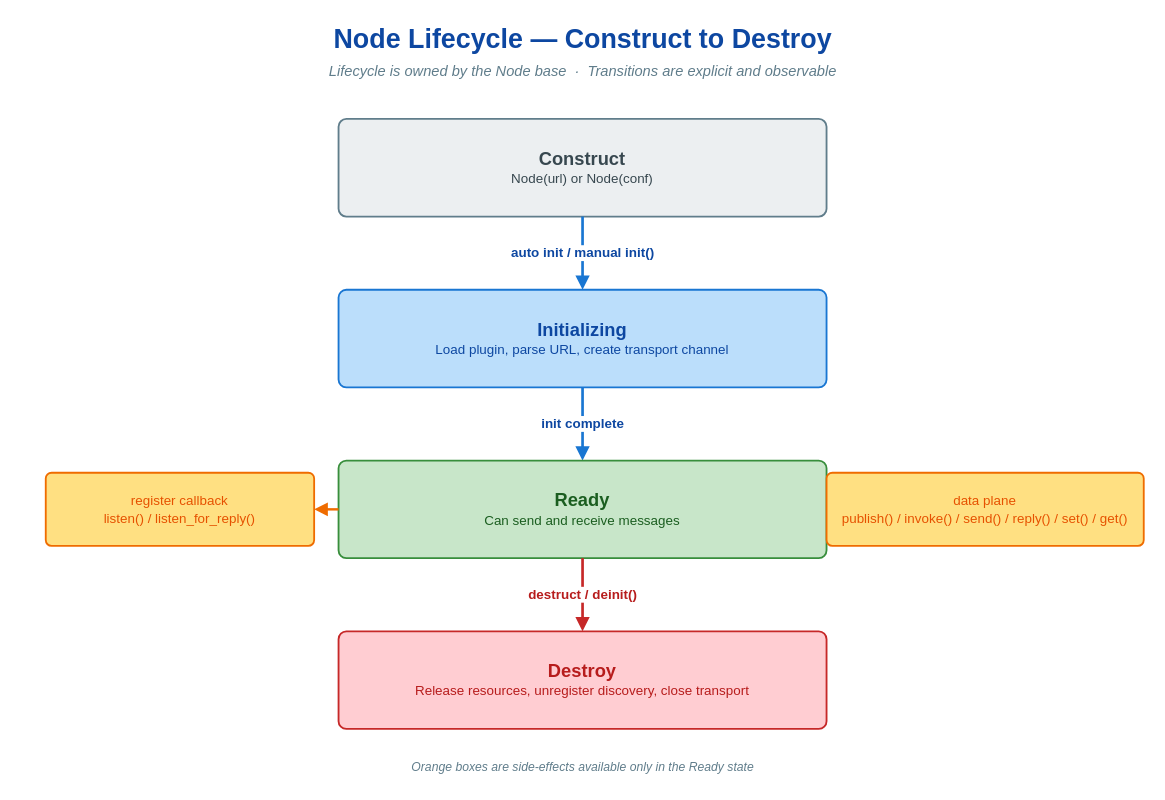
Before: doc/images/node-lifecycle.drawio in thun-res/vlink, a draw.io diagram. Source tidied: cells renumbered, new cells numbered last; positions are measured from the earlier drawing's top-left corner, leaving out a move shared by most shapes. Both pictures are drawn from the tidied source at 122%, with x=0, y=0 at pixel (21, 21).
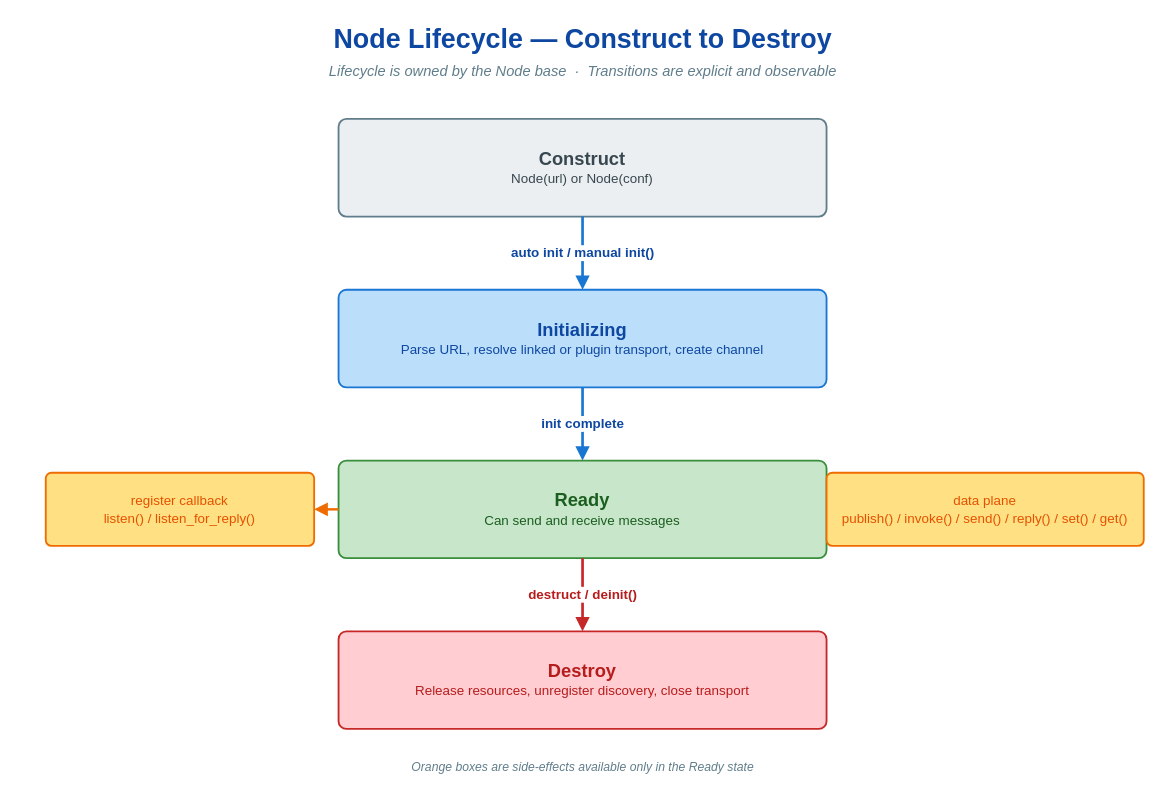
After the change.

What changed in the source:
```diff
@@
 <mxGraphModel>
   <root>
     <mxCell id="0" />
     <mxCell id="1" parent="0" />
     <mxCell id="2" value="Node Lifecycle — Construct to Destroy" style="text;html=1;align=center;verticalAlign=middle;strokeColor=none;fillColor=none;fontFamily=Helvetica;fontSize=22;fontStyle=1;fontColor=#0d47a1;shadow=0;" parent="1" vertex="1">
       <mxGeometry width="920" height="30" as="geometry" />
     </mxCell>
     <mxCell id="3" value="Lifecycle is owned by the Node base  ·  Transitions are explicit and observable" style="text;html=1;align=center;verticalAlign=middle;strokeColor=none;fillColor=none;fontFamily=Helvetica;fontSize=12;fontStyle=2;fontColor=#607d8b;shadow=0;" parent="1" vertex="1">
       <mxGeometry y="30" width="920" height="22" as="geometry" />
     </mxCell>
     <mxCell id="4" value="&lt;b style=&quot;font-size:15px&quot;&gt;Construct&lt;/b&gt;&#10;&lt;span style=&quot;font-size:11px&quot;&gt;Node(url) or Node(conf)&lt;/span&gt;" style="rounded=1;whiteSpace=wrap;html=1;fillColor=#eceff1;strokeColor=#607d8b;strokeWidth=1.5;fontFamily=Helvetica;fontSize=12;fontColor=#37474f;shadow=0;arcSize=8;verticalAlign=middle;align=center;" parent="1" vertex="1">
       <mxGeometry x="260" y="80" width="400" height="80" as="geometry" />
     </mxCell>
     <mxCell id="5" value="auto init / manual init()" style="endArrow=block;endFill=1;html=1;rounded=1;strokeWidth=2.2;strokeColor=#1976d2;fontFamily=Helvetica;fontSize=11;fontStyle=1;fontColor=#0d47a1;labelBackgroundColor=#ffffff;shadow=0;exitX=0.5;exitY=1;exitDx=0;exitDy=0;entryX=0.5;entryY=0;entryDx=0;entryDy=0;" parent="1" edge="1" source="4" target="6">
       <mxGeometry relative="1" as="geometry" />
     </mxCell>
-    <mxCell id="6" value="&lt;b style=&quot;font-size:15px&quot;&gt;Initializing&lt;/b&gt;&#10;&lt;span style=&quot;font-size:11px&quot;&gt;Load plugin, parse URL, create transport channel&lt;/span&gt;" style="rounded=1;whiteSpace=wrap;html=1;fillColor=#bbdefb;strokeColor=#1976d2;strokeWidth=1.5;fontFamily=Helvetica;fontSize=12;fontColor=#0d47a1;shadow=0;arcSize=8;verticalAlign=middle;align=center;" parent="1" vertex="1">
+    <mxCell id="6" value="&lt;b style=&quot;font-size:15px&quot;&gt;Initializing&lt;/b&gt;&#10;&lt;span style=&quot;font-size:11px&quot;&gt;Parse URL, resolve linked or plugin transport, create channel&lt;/span&gt;" style="rounded=1;whiteSpace=wrap;html=1;fillColor=#bbdefb;strokeColor=#1976d2;strokeWidth=1.5;fontFamily=Helvetica;fontSize=12;fontColor=#0d47a1;shadow=0;arcSize=8;verticalAlign=middle;align=center;" parent="1" vertex="1">
       <mxGeometry x="260" y="220" width="400" height="80" as="geometry" />
     </mxCell>
     <mxCell id="7" value="init complete" style="endArrow=block;endFill=1;html=1;rounded=1;strokeWidth=2.2;strokeColor=#1976d2;fontFamily=Helvetica;fontSize=11;fontStyle=1;fontColor=#0d47a1;labelBackgroundColor=#ffffff;shadow=0;exitX=0.5;exitY=1;exitDx=0;exitDy=0;entryX=0.5;entryY=0;entryDx=0;entryDy=0;" parent="1" edge="1" source="6" target="8">
       <mxGeometry relative="1" as="geometry" />
     </mxCell>
     <mxCell id="8" value="&lt;b style=&quot;font-size:15px&quot;&gt;Ready&lt;/b&gt;&#10;&lt;span style=&quot;font-size:11px&quot;&gt;Can send and receive messages&lt;/span&gt;" style="rounded=1;whiteSpace=wrap;html=1;fillColor=#c8e6c9;strokeColor=#388e3c;strokeWidth=1.5;fontFamily=Helvetica;fontSize=12;fontColor=#1b5e20;shadow=0;arcSize=8;verticalAlign=middle;align=center;" parent="1" vertex="1">
       <mxGeometry x="260" y="360" width="400" height="80" as="geometry" />
     </mxCell>
     <mxCell id="9" value="&lt;span style=&quot;font-size:11px&quot;&gt;register callback&lt;br/&gt;listen() / listen_for_reply()&lt;/span&gt;" style="rounded=1;whiteSpace=wrap;html=1;fillColor=#ffe082;strokeColor=#ef6c00;strokeWidth=1.5;fontFamily=Helvetica;fontSize=12;fontColor=#e65100;shadow=0;arcSize=8;verticalAlign=middle;align=center;" parent="1" vertex="1">
       <mxGeometry x="20" y="370" width="220" height="60" as="geometry" />
     </mxCell>
     <mxCell id="10" style="endArrow=block;endFill=1;html=1;rounded=1;strokeWidth=2;strokeColor=#ef6c00;shadow=0;exitX=0;exitY=0.5;exitDx=0;exitDy=0;entryX=1;entryY=0.5;entryDx=0;entryDy=0;" parent="1" edge="1" source="8" target="9">
       <mxGeometry relative="1" as="geometry" />
     </mxCell>
     <mxCell id="11" value="&lt;span style=&quot;font-size:11px&quot;&gt;data plane&lt;br/&gt;publish() / invoke() / send() / reply() / set() / get()&lt;/span&gt;" style="rounded=1;whiteSpace=wrap;html=1;fillColor=#ffe082;strokeColor=#ef6c00;strokeWidth=1.5;fontFamily=Helvetica;fontSize=12;fontColor=#e65100;shadow=0;arcSize=8;verticalAlign=middle;align=center;" parent="1" vertex="1">
       <mxGeometry x="660" y="370" width="260" height="60" as="geometry" />
     </mxCell>
     <mxCell id="12" style="endArrow=block;endFill=1;html=1;rounded=1;strokeWidth=2;strokeColor=#ef6c00;shadow=0;exitX=1;exitY=0.5;exitDx=0;exitDy=0;entryX=0;entryY=0.5;entryDx=0;entryDy=0;" parent="1" edge="1" source="8" target="11">
       <mxGeometry relative="1" as="geometry" />
     </mxCell>
     <mxCell id="13" value="destruct / deinit()" style="endArrow=block;endFill=1;html=1;rounded=1;strokeWidth=2.2;strokeColor=#c62828;fontFamily=Helvetica;fontSize=11;fontStyle=1;fontColor=#b71c1c;labelBackgroundColor=#ffffff;shadow=0;exitX=0.5;exitY=1;exitDx=0;exitDy=0;entryX=0.5;entryY=0;entryDx=0;entryDy=0;" parent="1" edge="1" source="8" target="14">
       <mxGeometry relative="1" as="geometry" />
     </mxCell>
     <mxCell id="14" value="&lt;b style=&quot;font-size:15px&quot;&gt;Destroy&lt;/b&gt;&#10;&lt;span style=&quot;font-size:11px&quot;&gt;Release resources, unregister discovery, close transport&lt;/span&gt;" style="rounded=1;whiteSpace=wrap;html=1;fillColor=#ffcdd2;strokeColor=#c62828;strokeWidth=1.5;fontFamily=Helvetica;fontSize=12;fontColor=#b71c1c;shadow=0;arcSize=8;verticalAlign=middle;align=center;" parent="1" vertex="1">
       <mxGeometry x="260" y="500" width="400" height="80" as="geometry" />
     </mxCell>
     <mxCell id="15" value="Orange boxes are side-effects available only in the Ready state" style="text;html=1;align=center;verticalAlign=middle;strokeColor=none;fillColor=none;fontFamily=Helvetica;fontSize=10;fontStyle=2;fontColor=#607d8b;shadow=0;" parent="1" vertex="1">
       <mxGeometry y="600" width="920" height="22" as="geometry" />
     </mxCell>
   </root>
 </mxGraphModel>
```
